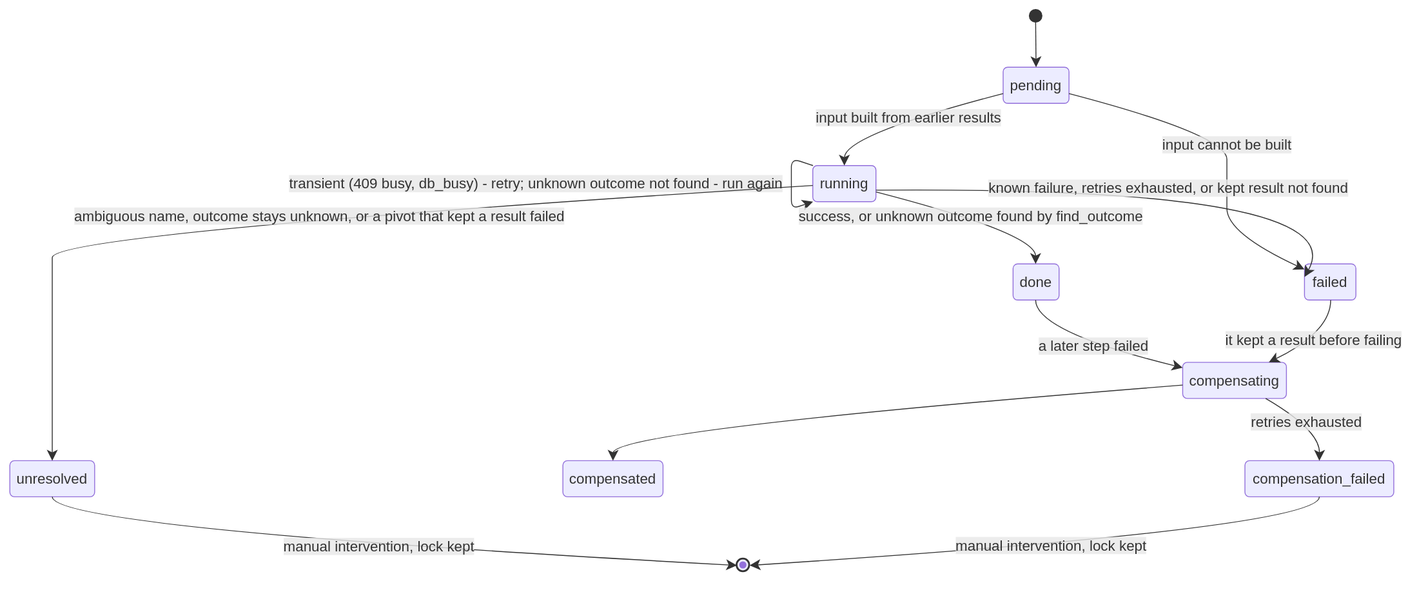
The draw.io diagram docs/dr/diagrams/10-state-step.drawio.svg in EliShteinman/redis-enterprise-services, before a commit. Source tidied: cells renumbered, new cells last; positions are measured from the earlier drawing's top-left corner, leaving out a move shared by most shapes.
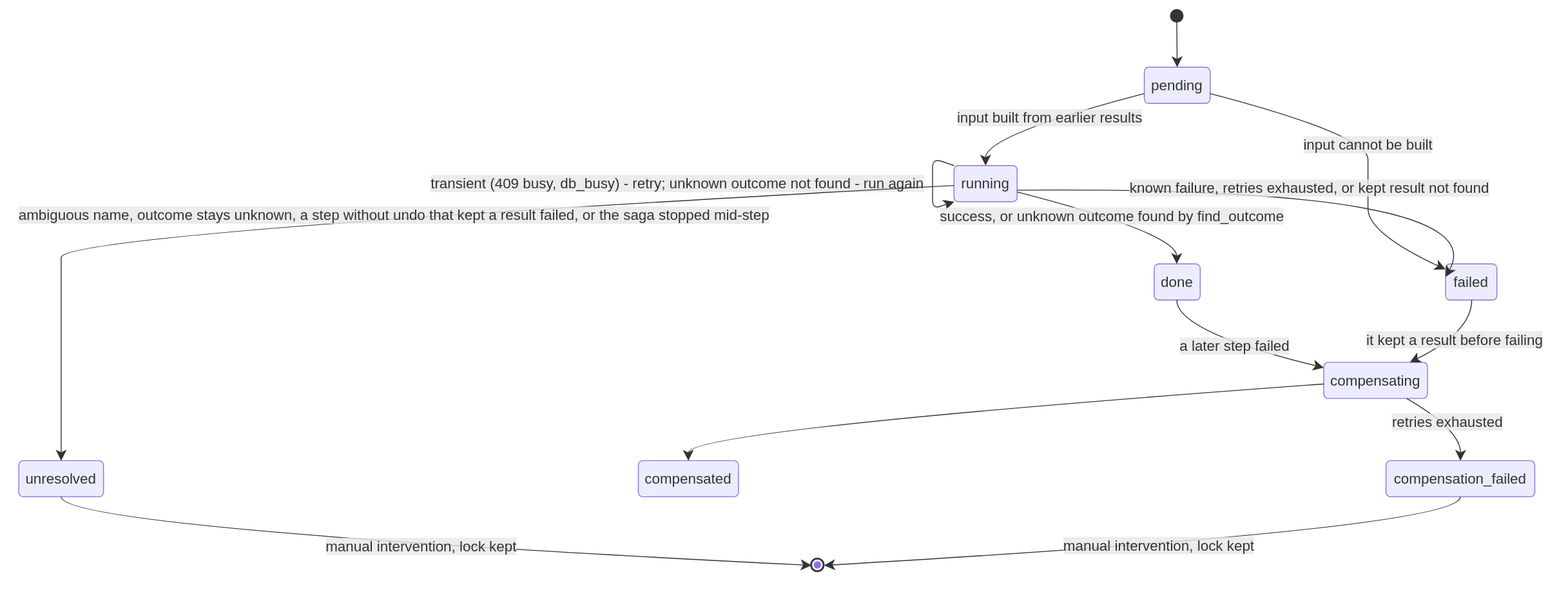
The same diagram one commit later.

Commit message:
docs: a step goes unresolved when it cannot be undone and kept a result, or the saga stopped mid-step

Change to the diagram source:
```diff
@@ -18,19 +18,19 @@
       <mxGeometry x="1112" y="282" width="51" height="40" as="geometry" />
     </mxCell>
     <mxCell id="7" value="unresolved" style="rounded=1;absoluteArcSize=1;arcSize=10;html=1;whiteSpace=wrap;strokeWidth=1;fillColor=light-dark(#ECECFF,#1f2020);strokeColor=light-dark(#9370DB,#cccccc);fontColor=light-dark(#333333,#cccccc);fontFamily=Trebuchet MS,Verdana,Arial,sans-serif;fontSize=16;" parent="1" vertex="1">
-      <mxGeometry y="500" width="94" height="40" as="geometry" />
+      <mxGeometry x="-147" y="500" width="94" height="40" as="geometry" />
     </mxCell>
     <mxCell id="8" value="compensating" style="rounded=1;absoluteArcSize=1;arcSize=10;html=1;whiteSpace=wrap;strokeWidth=1;fillColor=light-dark(#ECECFF,#1f2020);strokeColor=light-dark(#9370DB,#cccccc);fontColor=light-dark(#333333,#cccccc);fontFamily=Trebuchet MS,Verdana,Arial,sans-serif;fontSize=16;" parent="1" vertex="1">
       <mxGeometry x="1300" y="391" width="115" height="40" as="geometry" />
     </mxCell>
     <mxCell id="9" value="compensated" style="rounded=1;absoluteArcSize=1;arcSize=10;html=1;whiteSpace=wrap;strokeWidth=1;fillColor=light-dark(#ECECFF,#1f2020);strokeColor=light-dark(#9370DB,#cccccc);fontColor=light-dark(#333333,#cccccc);fontFamily=Trebuchet MS,Verdana,Arial,sans-serif;fontSize=16;" parent="1" vertex="1">
-      <mxGeometry x="613" y="500" width="111" height="40" as="geometry" />
+      <mxGeometry x="540" y="500" width="111" height="40" as="geometry" />
     </mxCell>
     <mxCell id="10" value="compensation_failed" style="rounded=1;absoluteArcSize=1;arcSize=10;html=1;whiteSpace=wrap;strokeWidth=1;fillColor=light-dark(#ECECFF,#1f2020);strokeColor=light-dark(#9370DB,#cccccc);fontColor=light-dark(#333333,#cccccc);fontFamily=Trebuchet MS,Verdana,Arial,sans-serif;fontSize=16;" parent="1" vertex="1">
       <mxGeometry x="1369" y="500" width="165" height="40" as="geometry" />
     </mxCell>
     <mxCell id="11" style="ellipse;html=1;fillColor=light-dark(#ECECFF,#1f2020);strokeColor=light-dark(#333333,#cccccc);strokeWidth=2;centerRadius=4;centerColor=light-dark(#9370DB,#cccccc);fontColor=light-dark(#333333,#cccccc);fontFamily=Trebuchet MS,Verdana,Arial,sans-serif;fontSize=16;" parent="1" vertex="1">
-      <mxGeometry x="806" y="609" width="14" height="14" as="geometry" />
+      <mxGeometry x="732" y="609" width="14" height="14" as="geometry" />
     </mxCell>
     <mxCell id="12" style="curved=1;startArrow=none;endArrow=classic;endSize=9;fillColor=none;strokeColor=light-dark(#333333,#cccccc);exitX=0.5;exitY=1;entryX=0.5;entryY=0;" parent="1" edge="1" source="2" target="3">
       <mxGeometry relative="1" as="geometry" />
@@ -74,14 +74,14 @@
         </Array>
       </mxGeometry>
     </mxCell>
-    <mxCell id="18" value="ambiguous name, outcome stays unknown, or a pivot that kept a result failed" style="curved=1;startArrow=none;endArrow=classic;endSize=9;fillColor=none;strokeColor=light-dark(#333333,#cccccc);html=1;fontSize=16;labelBackgroundColor=#E8E8E88D;fontFamily=Trebuchet MS,Verdana,Arial,sans-serif;fontColor=light-dark(#333333,#cccccc);exitX=0;exitY=0.55;entryX=0.5;entryY=0;" parent="1" edge="1" source="4" target="7">
+    <mxCell id="18" value="ambiguous name, outcome stays unknown, a step without undo that kept a result failed, or the saga stopped mid-step" style="curved=1;startArrow=none;endArrow=classic;endSize=9;fillColor=none;strokeColor=light-dark(#333333,#cccccc);html=1;fontSize=16;labelBackgroundColor=#E8E8E88D;fontFamily=Trebuchet MS,Verdana,Arial,sans-serif;fontColor=light-dark(#333333,#cccccc);exitX=0;exitY=0.55;entryX=0.5;entryY=0;" parent="1" edge="1" source="4" target="7">
       <mxGeometry relative="1" as="geometry">
         <Array as="points">
-          <mxPoint x="47" y="248" />
-          <mxPoint x="47" y="302" />
-          <mxPoint x="47" y="357" />
-          <mxPoint x="47" y="411" />
-          <mxPoint x="47" y="466" />
+          <mxPoint x="-100" y="248" />
+          <mxPoint x="-100" y="302" />
+          <mxPoint x="-100" y="357" />
+          <mxPoint x="-100" y="411" />
+          <mxPoint x="-100" y="466" />
         </Array>
       </mxGeometry>
     </mxCell>
@@ -99,10 +99,10 @@
         </Array>
       </mxGeometry>
     </mxCell>
-    <mxCell id="21" style="curved=1;startArrow=none;endArrow=classic;endSize=9;fillColor=none;strokeColor=light-dark(#333333,#cccccc);exitX=0;exitY=0.63;entryX=0.5;entryY=0;" parent="1" edge="1" source="8" target="9">
+    <mxCell id="21" style="curved=1;startArrow=none;endArrow=classic;endSize=9;fillColor=none;strokeColor=light-dark(#333333,#cccccc);exitX=0;exitY=0.6;entryX=0.5;entryY=0;" parent="1" edge="1" source="8" target="9">
       <mxGeometry relative="1" as="geometry">
         <Array as="points">
-          <mxPoint x="669" y="466" />
+          <mxPoint x="595" y="466" />
         </Array>
       </mxGeometry>
     </mxCell>
@@ -116,7 +116,7 @@
     <mxCell id="23" value="manual intervention, lock kept" style="curved=1;startArrow=none;endArrow=classic;endSize=9;fillColor=none;strokeColor=light-dark(#333333,#cccccc);html=1;fontSize=16;labelBackgroundColor=#E8E8E88D;fontFamily=Trebuchet MS,Verdana,Arial,sans-serif;fontColor=light-dark(#333333,#cccccc);exitX=0.5;exitY=1;entryX=0;entryY=0.5;" parent="1" edge="1" source="7" target="11">
       <mxGeometry relative="1" as="geometry">
         <Array as="points">
-          <mxPoint x="47" y="575" />
+          <mxPoint x="-100" y="575" />
         </Array>
       </mxGeometry>
     </mxCell>
```
